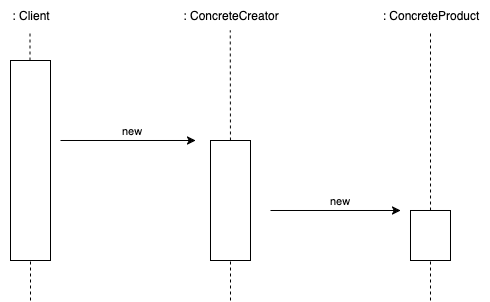
Above: assets/pattern/factory-method/factory-method-sequence.drawio.png in angelobdev/dispensa-ingsoft (draw.io), before the change. Source tidied: cells renumbered, new cells last; positions are measured from the earlier drawing's top-left corner, leaving out a move shared by most shapes.
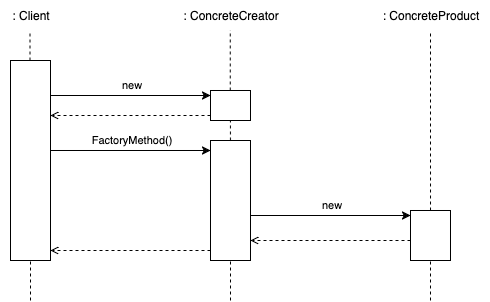
After the change.

The edit, as a diff of the source:
```diff
@@ -17,11 +17,8 @@
     <mxCell id="6" style="html=1;points=[[0,0,0,0,5],[0,1,0,0,-5],[1,0,0,0,5],[1,1,0,0,-5]];perimeter=orthogonalPerimeter;outlineConnect=0;targetShapes=umlLifeline;portConstraint=eastwest;newEdgeStyle={&quot;curved&quot;:0,&quot;rounded&quot;:0};" parent="1" vertex="1">
       <mxGeometry x="410" y="210" width="40" height="50" as="geometry" />
     </mxCell>
-    <mxCell id="7" style="endArrow=classic;html=1;rounded=0;" parent="1" edge="1">
-      <mxGeometry relative="1" as="geometry">
-        <mxPoint x="60" y="140" as="sourcePoint" />
-        <mxPoint x="195" y="140" as="targetPoint" />
-      </mxGeometry>
+    <mxCell id="7" style="endArrow=classic;html=1;rounded=0;entryX=0;entryY=0;entryDx=0;entryDy=5;entryPerimeter=0;" parent="1" edge="1" source="2" target="19">
+      <mxGeometry relative="1" as="geometry" />
     </mxCell>
     <mxCell id="8" value="new" style="edgeLabel;html=1;align=center;verticalAlign=middle;" parent="7" vertex="1">
       <mxGeometry x="-0.16" y="2" relative="1" as="geometry">
@@ -43,10 +40,8 @@
         <mxPoint x="29.5" y="30" as="targetPoint" />
       </mxGeometry>
     </mxCell>
-    <mxCell id="12" style="endArrow=none;dashed=1;html=1;rounded=0;entryX=0.498;entryY=0.993;entryDx=0;entryDy=0;entryPerimeter=0;" parent="1" edge="1" target="5">
-      <mxGeometry relative="1" as="geometry">
-        <mxPoint x="230" y="140" as="sourcePoint" />
-      </mxGeometry>
+    <mxCell id="12" style="endArrow=none;dashed=1;html=1;rounded=0;entryX=0.498;entryY=0.993;entryDx=0;entryDy=0;entryPerimeter=0;" parent="1" edge="1" source="19" target="5">
+      <mxGeometry relative="1" as="geometry" />
     </mxCell>
     <mxCell id="13" value="&lt;div&gt;: ConcreteProduct&lt;/div&gt;" style="text;html=1;align=center;verticalAlign=middle;strokeColor=none;fillColor=none;" parent="1" vertex="1">
       <mxGeometry x="370" width="120" height="30" as="geometry" />
@@ -57,11 +52,8 @@
         <mxPoint x="430" y="30" as="targetPoint" />
       </mxGeometry>
     </mxCell>
-    <mxCell id="15" style="endArrow=classic;html=1;rounded=0;" parent="1" edge="1">
-      <mxGeometry relative="1" as="geometry">
-        <mxPoint x="270" y="210" as="sourcePoint" />
-        <mxPoint x="400" y="210" as="targetPoint" />
-      </mxGeometry>
+    <mxCell id="15" style="endArrow=classic;html=1;rounded=0;entryX=0;entryY=0;entryDx=0;entryDy=5;entryPerimeter=0;" parent="1" edge="1" source="3" target="6">
+      <mxGeometry relative="1" as="geometry" />
     </mxCell>
     <mxCell id="16" value="new" style="edgeLabel;html=1;align=center;verticalAlign=middle;" parent="15" vertex="1">
       <mxGeometry x="-0.16" y="2" relative="1" as="geometry">
@@ -73,5 +65,39 @@
         <mxPoint x="430" y="300" as="sourcePoint" />
       </mxGeometry>
     </mxCell>
+    <mxCell id="18" style="endArrow=none;dashed=1;html=1;rounded=0;entryX=0.498;entryY=0.993;entryDx=0;entryDy=0;entryPerimeter=0;" parent="1" edge="1" target="19">
+      <mxGeometry relative="1" as="geometry">
+        <mxPoint x="230" y="140" as="sourcePoint" />
+      </mxGeometry>
+    </mxCell>
+    <mxCell id="19" style="html=1;points=[[0,0,0,0,5],[0,1,0,0,-5],[1,0,0,0,5],[1,1,0,0,-5]];perimeter=orthogonalPerimeter;outlineConnect=0;targetShapes=umlLifeline;portConstraint=eastwest;newEdgeStyle={&quot;curved&quot;:0,&quot;rounded&quot;:0};" parent="1" vertex="1">
+      <mxGeometry x="210" y="90" width="40" height="30" as="geometry" />
+    </mxCell>
+    <mxCell id="20" style="endArrow=open;html=1;rounded=0;exitX=0;exitY=1;exitDx=0;exitDy=-5;exitPerimeter=0;dashed=1;endFill=0;" parent="1" edge="1" source="19" target="2">
+      <mxGeometry relative="1" as="geometry" />
+    </mxCell>
+    <mxCell id="21" style="endArrow=classic;html=1;rounded=0;entryX=0;entryY=0;entryDx=0;entryDy=5;entryPerimeter=0;" parent="1" edge="1">
+      <mxGeometry relative="1" as="geometry">
+        <mxPoint x="50" y="150" as="sourcePoint" />
+        <mxPoint x="210" y="150" as="targetPoint" />
+      </mxGeometry>
+    </mxCell>
+    <mxCell id="22" value="FactoryMethod()" style="edgeLabel;html=1;align=center;verticalAlign=middle;" parent="21" vertex="1">
+      <mxGeometry x="-0.16" y="2" relative="1" as="geometry">
+        <mxPoint x="13" y="-8" as="offset" />
+      </mxGeometry>
+    </mxCell>
+    <mxCell id="23" style="endArrow=open;html=1;rounded=0;exitX=0;exitY=1;exitDx=0;exitDy=-5;exitPerimeter=0;dashed=1;endFill=0;" parent="1" edge="1">
+      <mxGeometry relative="1" as="geometry">
+        <mxPoint x="410" y="240" as="sourcePoint" />
+        <mxPoint x="250" y="240" as="targetPoint" />
+      </mxGeometry>
+    </mxCell>
+    <mxCell id="24" style="endArrow=open;html=1;rounded=0;exitX=0;exitY=1;exitDx=0;exitDy=-5;exitPerimeter=0;dashed=1;endFill=0;" parent="1" edge="1">
+      <mxGeometry relative="1" as="geometry">
+        <mxPoint x="210" y="250" as="sourcePoint" />
+        <mxPoint x="50" y="250" as="targetPoint" />
+      </mxGeometry>
+    </mxCell>
   </root>
 </mxGraphModel>
```
